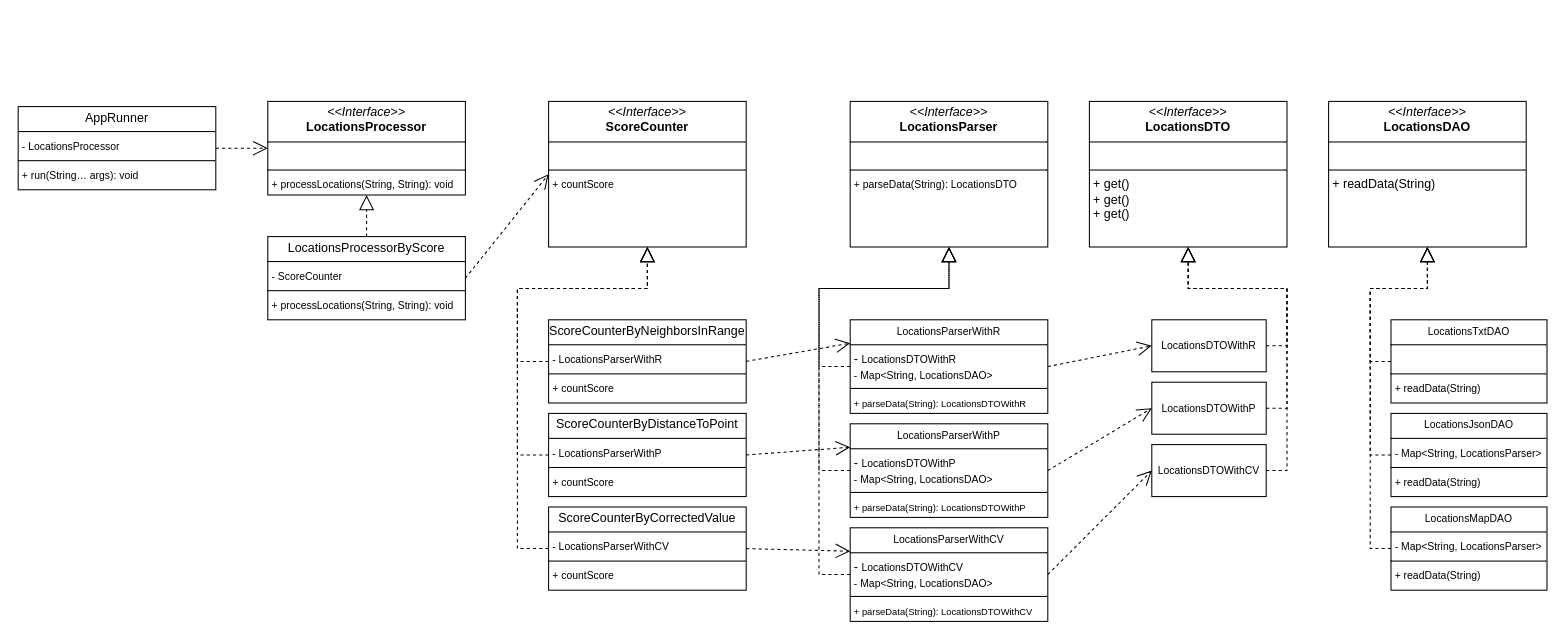
Earlier version of the draw.io diagram schema.drawio (VladimirKBG/locations-finder). Source tidied: cells renumbered, new cells numbered last; positions are measured from the earlier drawing's top-left corner, leaving out a move shared by most shapes. Both pictures are drawn from the tidied source at 104%, with x=0, y=0 at pixel (18, 101).
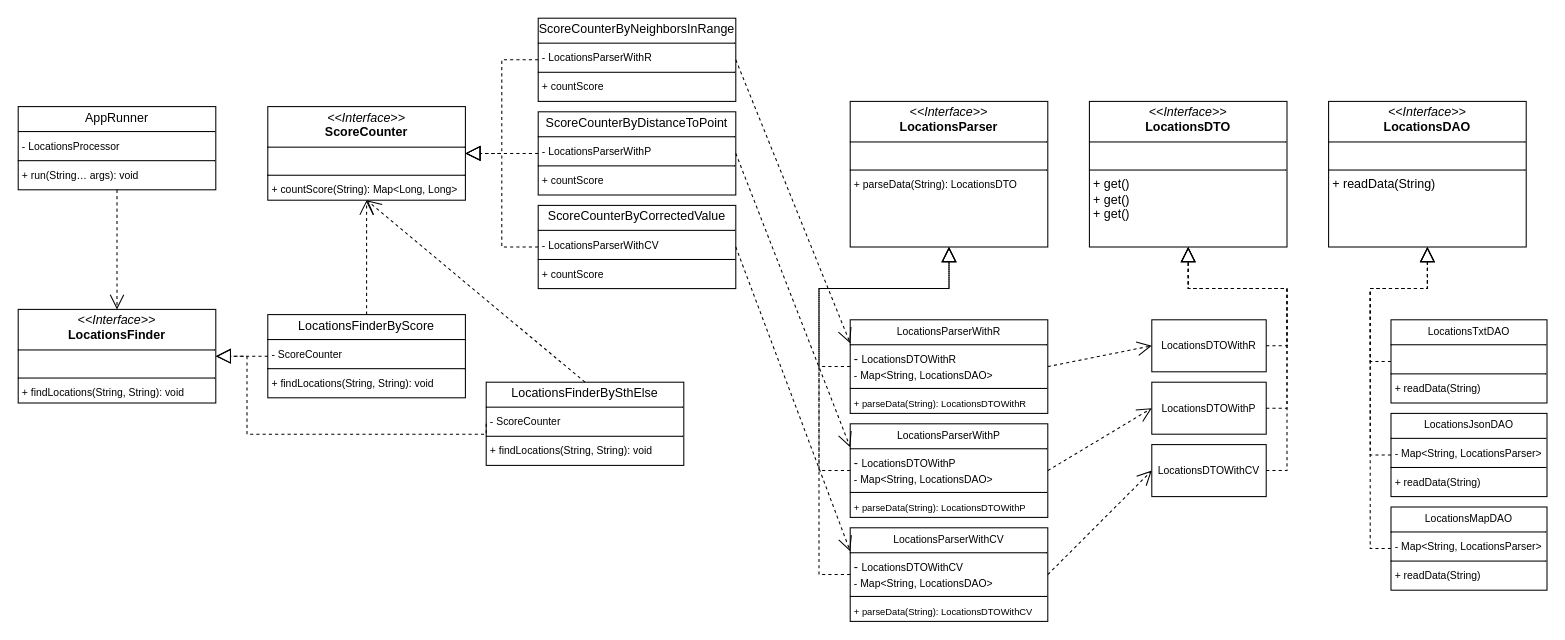
The same page after the edit.

Unchanged cells that the change refers to:
```xml
<mxCell id="18" value="&lt;p style=&quot;margin:0px;margin-top:4px;text-align:center;&quot;&gt;&lt;span style=&quot;font-size: 10px;&quot;&gt;Locations&lt;/span&gt;&lt;span style=&quot;font-size: 10px;&quot;&gt;Parser&lt;/span&gt;&lt;span style=&quot;font-size: 10px;&quot;&gt;WithP&lt;/span&gt;&lt;/p&gt;&lt;hr size=&quot;1&quot; style=&quot;border-style:solid;&quot;&gt;&lt;p style=&quot;margin:0px;margin-left:4px;&quot;&gt;-&amp;nbsp;&lt;span style=&quot;background-color: transparent; color: light-dark(rgb(0, 0, 0), rgb(255, 255, 255)); text-align: center; font-size: 10px;&quot;&gt;LocationsDTOWithP&lt;/span&gt;&lt;/p&gt;&lt;p style=&quot;margin:0px;margin-left:4px;&quot;&gt;&lt;span style=&quot;font-size: 10px;&quot;&gt;- Map&amp;lt;String,&amp;nbsp;&lt;/span&gt;&lt;span style=&quot;text-align: center;&quot;&gt;&lt;font style=&quot;font-size: 10px;&quot;&gt;LocationsDAO&lt;/font&gt;&lt;/span&gt;&lt;span style=&quot;font-size: 10px;&quot;&gt;&amp;gt;&lt;/span&gt;&lt;span style=&quot;background-color: transparent; color: light-dark(rgb(0, 0, 0), rgb(255, 255, 255)); text-align: center; font-size: 10px;&quot;&gt;&lt;/span&gt;&lt;/p&gt;&lt;hr size=&quot;1&quot; style=&quot;border-style:solid;&quot;&gt;&lt;p style=&quot;margin:0px;margin-left:4px;&quot;&gt;&lt;font style=&quot;font-size: 9px;&quot;&gt;+ parseData(String):&amp;nbsp;&lt;span style=&quot;text-align: center; background-color: transparent; color: light-dark(rgb(0, 0, 0), rgb(255, 255, 255));&quot;&gt;LocationsDTOWithP&lt;/span&gt;&lt;/font&gt;&lt;/p&gt;" style="verticalAlign=top;align=left;overflow=fill;html=1;whiteSpace=wrap;" parent="1" vertex="1">
  <mxGeometry x="800" y="310" width="190" height="90" as="geometry" />
</mxCell>
<mxCell id="39" value="&lt;p style=&quot;margin:0px;margin-top:4px;text-align:center;&quot;&gt;AppRunner&lt;/p&gt;&lt;hr size=&quot;1&quot; style=&quot;border-style:solid;&quot;&gt;&lt;p style=&quot;margin:0px;margin-left:4px;&quot;&gt;&lt;font style=&quot;font-size: 10px;&quot;&gt;-&amp;nbsp;&lt;/font&gt;&lt;span style=&quot;background-color: transparent; color: light-dark(rgb(0, 0, 0), rgb(255, 255, 255)); text-align: center;&quot;&gt;&lt;font style=&quot;font-size: 10px;&quot;&gt;LocationsProcessor&lt;/font&gt;&lt;/span&gt;&lt;/p&gt;&lt;hr size=&quot;1&quot; style=&quot;border-style:solid;&quot;&gt;&lt;p style=&quot;margin:0px;margin-left:4px;&quot;&gt;&lt;font style=&quot;font-size: 10px;&quot;&gt;+ run(String… args): void&lt;/font&gt;&lt;/p&gt;" style="verticalAlign=top;align=left;overflow=fill;html=1;whiteSpace=wrap;" parent="1" vertex="1">
  <mxGeometry y="5" width="190" height="80" as="geometry" />
</mxCell>
```

What changed in the source:
```diff
@@
-    <mxCell id="26" value="&lt;p style=&quot;margin:0px;margin-top:4px;text-align:center;&quot;&gt;&lt;i&gt;&amp;lt;&amp;lt;Interface&amp;gt;&amp;gt;&lt;/i&gt;&lt;br&gt;&lt;b&gt;LocationsProcessor&lt;/b&gt;&lt;/p&gt;&lt;hr size=&quot;1&quot; style=&quot;border-style:solid;&quot;&gt;&lt;p style=&quot;margin:0px;margin-left:4px;&quot;&gt;&lt;br&gt;&lt;/p&gt;&lt;hr size=&quot;1&quot; style=&quot;border-style:solid;&quot;&gt;&lt;p style=&quot;margin:0px;margin-left:4px;&quot;&gt;&lt;font style=&quot;font-size: 10px;&quot;&gt;+ processLocations(String, String): void&lt;/font&gt;&lt;/p&gt;" style="verticalAlign=top;align=left;overflow=fill;html=1;whiteSpace=wrap;" parent="1" vertex="1">
-      <mxGeometry x="240" width="190" height="90" as="geometry" />
+    <mxCell id="26" value="&lt;p style=&quot;margin:0px;margin-top:4px;text-align:center;&quot;&gt;&lt;i&gt;&amp;lt;&amp;lt;Interface&amp;gt;&amp;gt;&lt;/i&gt;&lt;br&gt;&lt;b&gt;LocationsFinder&lt;/b&gt;&lt;/p&gt;&lt;hr size=&quot;1&quot; style=&quot;border-style:solid;&quot;&gt;&lt;p style=&quot;margin:0px;margin-left:4px;&quot;&gt;&lt;br&gt;&lt;/p&gt;&lt;hr size=&quot;1&quot; style=&quot;border-style:solid;&quot;&gt;&lt;p style=&quot;margin:0px;margin-left:4px;&quot;&gt;&lt;font style=&quot;font-size: 10px;&quot;&gt;+ findLocations(String, String): void&lt;/font&gt;&lt;/p&gt;" style="verticalAlign=top;align=left;overflow=fill;html=1;whiteSpace=wrap;" parent="1" vertex="1">
+      <mxGeometry y="200" width="190" height="90" as="geometry" />
     </mxCell>
-    <mxCell id="27" value="&lt;p style=&quot;margin:0px;margin-top:4px;text-align:center;&quot;&gt;LocationsProcessorByScore&lt;/p&gt;&lt;hr size=&quot;1&quot; style=&quot;border-style:solid;&quot;&gt;&lt;p style=&quot;margin:0px;margin-left:4px;&quot;&gt;&lt;font style=&quot;font-size: 10px;&quot;&gt;- ScoreCounter&lt;/font&gt;&lt;/p&gt;&lt;hr size=&quot;1&quot; style=&quot;border-style:solid;&quot;&gt;&lt;p style=&quot;margin:0px;margin-left:4px;&quot;&gt;&lt;font style=&quot;font-size: 10px;&quot;&gt;+&amp;nbsp;&lt;/font&gt;&lt;span style=&quot;font-size: 10px; background-color: transparent; color: light-dark(rgb(0, 0, 0), rgb(255, 255, 255));&quot;&gt;processLocations(String, String): void&lt;/span&gt;&lt;/p&gt;" style="verticalAlign=top;align=left;overflow=fill;html=1;whiteSpace=wrap;" parent="1" vertex="1">
-      <mxGeometry x="240" y="130" width="190" height="80" as="geometry" />
+    <mxCell id="27" value="&lt;p style=&quot;margin:0px;margin-top:4px;text-align:center;&quot;&gt;LocationsFinderByScore&lt;/p&gt;&lt;hr size=&quot;1&quot; style=&quot;border-style:solid;&quot;&gt;&lt;p style=&quot;margin:0px;margin-left:4px;&quot;&gt;&lt;font style=&quot;font-size: 10px;&quot;&gt;- ScoreCounter&lt;/font&gt;&lt;/p&gt;&lt;hr size=&quot;1&quot; style=&quot;border-style:solid;&quot;&gt;&lt;p style=&quot;margin:0px;margin-left:4px;&quot;&gt;&lt;font style=&quot;font-size: 10px;&quot;&gt;+&amp;nbsp;&lt;/font&gt;&lt;span style=&quot;font-size: 10px;&quot;&gt;findLocations&lt;/span&gt;&lt;span style=&quot;font-size: 10px; background-color: transparent; color: light-dark(rgb(0, 0, 0), rgb(255, 255, 255));&quot;&gt;(String, String): void&lt;/span&gt;&lt;/p&gt;" style="verticalAlign=top;align=left;overflow=fill;html=1;whiteSpace=wrap;" parent="1" vertex="1">
+      <mxGeometry x="240" y="205" width="190" height="80" as="geometry" />
     </mxCell>
-    <mxCell id="28" style="endArrow=block;dashed=1;endFill=0;endSize=12;html=1;rounded=0;exitX=0.5;exitY=0;exitDx=0;exitDy=0;edgeStyle=orthogonalEdgeStyle;entryX=0.5;entryY=1;entryDx=0;entryDy=0;" parent="1" edge="1" source="27" target="26">
+    <mxCell id="28" style="endArrow=block;dashed=1;endFill=0;endSize=12;html=1;rounded=0;exitX=0;exitY=0.5;exitDx=0;exitDy=0;edgeStyle=orthogonalEdgeStyle;entryX=1;entryY=0.5;entryDx=0;entryDy=0;" parent="1" edge="1" source="27" target="26">
       <mxGeometry relative="1" as="geometry" />
     </mxCell>
-    <mxCell id="29" value="&lt;p style=&quot;margin:0px;margin-top:4px;text-align:center;&quot;&gt;&lt;i&gt;&amp;lt;&amp;lt;Interface&amp;gt;&amp;gt;&lt;/i&gt;&lt;br&gt;&lt;b&gt;ScoreCounter&lt;/b&gt;&lt;/p&gt;&lt;hr size=&quot;1&quot; style=&quot;border-style:solid;&quot;&gt;&lt;p style=&quot;margin:0px;margin-left:4px;&quot;&gt;&lt;br&gt;&lt;/p&gt;&lt;hr size=&quot;1&quot; style=&quot;border-style:solid;&quot;&gt;&lt;p style=&quot;margin:0px;margin-left:4px;&quot;&gt;&lt;font style=&quot;font-size: 10px;&quot;&gt;+ countScore&lt;/font&gt;&lt;/p&gt;" style="verticalAlign=top;align=left;overflow=fill;html=1;whiteSpace=wrap;" parent="1" vertex="1">
-      <mxGeometry x="510" width="190" height="140" as="geometry" />
+    <mxCell id="29" value="&lt;p style=&quot;margin:0px;margin-top:4px;text-align:center;&quot;&gt;&lt;i&gt;&amp;lt;&amp;lt;Interface&amp;gt;&amp;gt;&lt;/i&gt;&lt;br&gt;&lt;b&gt;ScoreCounter&lt;/b&gt;&lt;/p&gt;&lt;hr size=&quot;1&quot; style=&quot;border-style:solid;&quot;&gt;&lt;p style=&quot;margin:0px;margin-left:4px;&quot;&gt;&lt;br&gt;&lt;/p&gt;&lt;hr size=&quot;1&quot; style=&quot;border-style:solid;&quot;&gt;&lt;p style=&quot;margin:0px;margin-left:4px;&quot;&gt;&lt;font style=&quot;font-size: 10px;&quot;&gt;+ countScore(String): Map&amp;lt;Long, Long&amp;gt;&lt;/font&gt;&lt;/p&gt;" style="verticalAlign=top;align=left;overflow=fill;html=1;whiteSpace=wrap;" parent="1" vertex="1">
+      <mxGeometry x="240" y="5" width="190" height="90" as="geometry" />
     </mxCell>
     <mxCell id="30" value="&lt;p style=&quot;margin:0px;margin-top:4px;text-align:center;&quot;&gt;ScoreCounterByNeighborsInRange&lt;/p&gt;&lt;hr size=&quot;1&quot; style=&quot;border-style:solid;&quot;&gt;&lt;p style=&quot;margin:0px;margin-left:4px;&quot;&gt;&lt;font style=&quot;font-size: 10px;&quot;&gt;-&amp;nbsp;&lt;/font&gt;&lt;span style=&quot;font-size: 10px; text-align: center; background-color: transparent; color: light-dark(rgb(0, 0, 0), rgb(255, 255, 255));&quot;&gt;LocationsParserWithR&lt;/span&gt;&lt;/p&gt;&lt;hr size=&quot;1&quot; style=&quot;border-style:solid;&quot;&gt;&lt;p style=&quot;margin:0px;margin-left:4px;&quot;&gt;&lt;font style=&quot;font-size: 10px;&quot;&gt;+&amp;nbsp;&lt;/font&gt;&lt;span style=&quot;font-size: 10px; background-color: transparent; color: light-dark(rgb(0, 0, 0), rgb(255, 255, 255));&quot;&gt;countScore&lt;/span&gt;&lt;/p&gt;" style="verticalAlign=top;align=left;overflow=fill;html=1;whiteSpace=wrap;" parent="1" vertex="1">
-      <mxGeometry x="510" y="210" width="190" height="80" as="geometry" />
+      <mxGeometry x="500" y="-80" width="190" height="80" as="geometry" />
     </mxCell>
-    <mxCell id="31" style="endArrow=block;dashed=1;endFill=0;endSize=12;html=1;rounded=0;exitX=0;exitY=0.5;exitDx=0;exitDy=0;edgeStyle=orthogonalEdgeStyle;entryX=0.5;entryY=1;entryDx=0;entryDy=0;" parent="1" edge="1" source="30" target="29">
-      <mxGeometry relative="1" as="geometry">
-        <Array as="points">
-          <mxPoint x="480" y="250" />
-          <mxPoint x="480" y="180" />
-          <mxPoint x="605" y="180" />
-        </Array>
-      </mxGeometry>
+    <mxCell id="31" style="endArrow=block;dashed=1;endFill=0;endSize=12;html=1;rounded=0;exitX=0;exitY=0.5;exitDx=0;exitDy=0;edgeStyle=orthogonalEdgeStyle;entryX=1;entryY=0.5;entryDx=0;entryDy=0;" parent="1" edge="1" source="30" target="29">
+      <mxGeometry relative="1" as="geometry" />
     </mxCell>
     <mxCell id="32" value="&lt;p style=&quot;margin:0px;margin-top:4px;text-align:center;&quot;&gt;ScoreCounterByDistanceToPoint&lt;/p&gt;&lt;hr size=&quot;1&quot; style=&quot;border-style:solid;&quot;&gt;&lt;p style=&quot;margin:0px;margin-left:4px;&quot;&gt;&lt;font style=&quot;font-size: 10px;&quot;&gt;-&amp;nbsp;&lt;/font&gt;&lt;span style=&quot;background-color: transparent; color: light-dark(rgb(0, 0, 0), rgb(255, 255, 255)); text-align: center; font-size: 10px;&quot;&gt;Locations&lt;/span&gt;&lt;span style=&quot;background-color: transparent; color: light-dark(rgb(0, 0, 0), rgb(255, 255, 255)); text-align: center; font-size: 10px;&quot;&gt;Parser&lt;/span&gt;&lt;span style=&quot;background-color: transparent; color: light-dark(rgb(0, 0, 0), rgb(255, 255, 255)); text-align: center; font-size: 10px;&quot;&gt;WithP&lt;/span&gt;&lt;/p&gt;&lt;hr size=&quot;1&quot; style=&quot;border-style:solid;&quot;&gt;&lt;p style=&quot;margin:0px;margin-left:4px;&quot;&gt;&lt;font style=&quot;font-size: 10px;&quot;&gt;+&amp;nbsp;&lt;/font&gt;&lt;span style=&quot;font-size: 10px; background-color: transparent; color: light-dark(rgb(0, 0, 0), rgb(255, 255, 255));&quot;&gt;countScore&lt;/span&gt;&lt;/p&gt;" style="verticalAlign=top;align=left;overflow=fill;html=1;whiteSpace=wrap;" parent="1" vertex="1">
-      <mxGeometry x="510" y="300" width="190" height="80" as="geometry" />
+      <mxGeometry x="500" y="10" width="190" height="80" as="geometry" />
     </mxCell>
-    <mxCell id="33" style="endArrow=block;dashed=1;endFill=0;endSize=12;html=1;rounded=0;exitX=0;exitY=0.5;exitDx=0;exitDy=0;edgeStyle=orthogonalEdgeStyle;entryX=0.5;entryY=1;entryDx=0;entryDy=0;" parent="1" edge="1" source="32" target="29">
-      <mxGeometry relative="1" as="geometry">
-        <Array as="points">
-          <mxPoint x="480" y="340" />
-          <mxPoint x="480" y="180" />
-          <mxPoint x="605" y="180" />
-        </Array>
-      </mxGeometry>
+    <mxCell id="33" style="endArrow=block;dashed=1;endFill=0;endSize=12;html=1;rounded=0;exitX=0;exitY=0.5;exitDx=0;exitDy=0;edgeStyle=orthogonalEdgeStyle;entryX=1;entryY=0.5;entryDx=0;entryDy=0;" parent="1" edge="1" source="32" target="29">
+      <mxGeometry relative="1" as="geometry" />
     </mxCell>
     <mxCell id="34" value="&lt;p style=&quot;margin:0px;margin-top:4px;text-align:center;&quot;&gt;ScoreCounterByCorrectedValue&lt;/p&gt;&lt;hr size=&quot;1&quot; style=&quot;border-style:solid;&quot;&gt;&lt;p style=&quot;margin:0px;margin-left:4px;&quot;&gt;&lt;font style=&quot;font-size: 10px;&quot;&gt;-&amp;nbsp;&lt;/font&gt;&lt;span style=&quot;font-size: 10px; text-align: center; background-color: transparent; color: light-dark(rgb(0, 0, 0), rgb(255, 255, 255));&quot;&gt;LocationsParserWithCV&lt;/span&gt;&lt;/p&gt;&lt;hr size=&quot;1&quot; style=&quot;border-style:solid;&quot;&gt;&lt;p style=&quot;margin:0px;margin-left:4px;&quot;&gt;&lt;font style=&quot;font-size: 10px;&quot;&gt;+&amp;nbsp;&lt;/font&gt;&lt;span style=&quot;font-size: 10px; background-color: transparent; color: light-dark(rgb(0, 0, 0), rgb(255, 255, 255));&quot;&gt;countScore&lt;/span&gt;&lt;/p&gt;" style="verticalAlign=top;align=left;overflow=fill;html=1;whiteSpace=wrap;" parent="1" vertex="1">
-      <mxGeometry x="510" y="390" width="190" height="80" as="geometry" />
+      <mxGeometry x="500" y="100" width="190" height="80" as="geometry" />
     </mxCell>
-    <mxCell id="35" style="endArrow=block;dashed=1;endFill=0;endSize=12;html=1;rounded=0;exitX=0;exitY=0.5;exitDx=0;exitDy=0;edgeStyle=orthogonalEdgeStyle;entryX=0.5;entryY=1;entryDx=0;entryDy=0;" parent="1" edge="1" source="34" target="29">
-      <mxGeometry relative="1" as="geometry">
-        <Array as="points">
-          <mxPoint x="480" y="430" />
-          <mxPoint x="480" y="180" />
-          <mxPoint x="605" y="180" />
-        </Array>
-      </mxGeometry>
+    <mxCell id="35" style="endArrow=block;dashed=1;endFill=0;endSize=12;html=1;rounded=0;exitX=0;exitY=0.5;exitDx=0;exitDy=0;edgeStyle=orthogonalEdgeStyle;entryX=1;entryY=0.5;entryDx=0;entryDy=0;" parent="1" edge="1" source="34" target="29">
+      <mxGeometry relative="1" as="geometry" />
     </mxCell>
@@
-    <mxCell id="37" style="endArrow=open;endSize=12;dashed=1;html=1;rounded=0;exitX=1;exitY=0.5;exitDx=0;exitDy=0;entryX=0;entryY=0.25;entryDx=0;entryDy=0;" parent="1" edge="1" target="18">
-      <mxGeometry relative="1" as="geometry">
-        <mxPoint x="700" y="340" as="sourcePoint" />
-      </mxGeometry>
+    <mxCell id="37" style="endArrow=open;endSize=12;dashed=1;html=1;rounded=0;exitX=1;exitY=0.5;exitDx=0;exitDy=0;entryX=0;entryY=0.25;entryDx=0;entryDy=0;" parent="1" edge="1" source="32" target="18">
+      <mxGeometry relative="1" as="geometry" />
     </mxCell>
@@
-    <mxCell id="40" style="endArrow=open;endSize=12;dashed=1;html=1;rounded=0;exitX=1;exitY=0.5;exitDx=0;exitDy=0;entryX=0;entryY=0.5;entryDx=0;entryDy=0;" parent="1" edge="1" source="39" target="26">
+    <mxCell id="40" style="endArrow=open;endSize=12;dashed=1;html=1;rounded=0;exitX=0.5;exitY=1;exitDx=0;exitDy=0;entryX=0.5;entryY=0;entryDx=0;entryDy=0;" parent="1" edge="1" source="39" target="26">
       <mxGeometry relative="1" as="geometry" />
     </mxCell>
-    <mxCell id="41" style="endArrow=open;endSize=12;dashed=1;html=1;rounded=0;exitX=1;exitY=0.5;exitDx=0;exitDy=0;entryX=0;entryY=0.5;entryDx=0;entryDy=0;" parent="1" edge="1" source="27" target="29">
+    <mxCell id="41" style="endArrow=open;endSize=12;dashed=1;html=1;rounded=0;exitX=0.5;exitY=0;exitDx=0;exitDy=0;entryX=0.5;entryY=1;entryDx=0;entryDy=0;" parent="1" edge="1" source="27" target="29">
       <mxGeometry relative="1" as="geometry" />
     </mxCell>
+    <mxCell id="42" value="&lt;p style=&quot;margin:0px;margin-top:4px;text-align:center;&quot;&gt;LocationsFinderBySthElse&lt;/p&gt;&lt;hr size=&quot;1&quot; style=&quot;border-style:solid;&quot;&gt;&lt;p style=&quot;margin:0px;margin-left:4px;&quot;&gt;&lt;font style=&quot;font-size: 10px;&quot;&gt;- ScoreCounter&lt;/font&gt;&lt;/p&gt;&lt;hr size=&quot;1&quot; style=&quot;border-style:solid;&quot;&gt;&lt;p style=&quot;margin:0px;margin-left:4px;&quot;&gt;&lt;font style=&quot;font-size: 10px;&quot;&gt;+&amp;nbsp;&lt;/font&gt;&lt;span style=&quot;font-size: 10px;&quot;&gt;findLocations&lt;/span&gt;&lt;span style=&quot;font-size: 10px; background-color: transparent; color: light-dark(rgb(0, 0, 0), rgb(255, 255, 255));&quot;&gt;(String, String): void&lt;/span&gt;&lt;/p&gt;" style="verticalAlign=top;align=left;overflow=fill;html=1;whiteSpace=wrap;" parent="1" vertex="1">
+      <mxGeometry x="450" y="270" width="190" height="80" as="geometry" />
+    </mxCell>
+    <mxCell id="43" style="endArrow=open;endSize=12;dashed=1;html=1;rounded=0;exitX=0.5;exitY=0;exitDx=0;exitDy=0;entryX=0.5;entryY=1;entryDx=0;entryDy=0;" parent="1" edge="1" source="42" target="29">
+      <mxGeometry relative="1" as="geometry" />
+    </mxCell>
+    <mxCell id="44" style="endArrow=block;dashed=1;endFill=0;endSize=12;html=1;rounded=0;exitX=0;exitY=0.5;exitDx=0;exitDy=0;edgeStyle=orthogonalEdgeStyle;entryX=1;entryY=0.5;entryDx=0;entryDy=0;" parent="1" edge="1" source="42" target="26">
+      <mxGeometry relative="1" as="geometry">
+        <Array as="points">
+          <mxPoint x="450" y="320" />
+          <mxPoint x="220" y="320" />
+          <mxPoint x="220" y="245" />
+        </Array>
+      </mxGeometry>
+    </mxCell>
```
